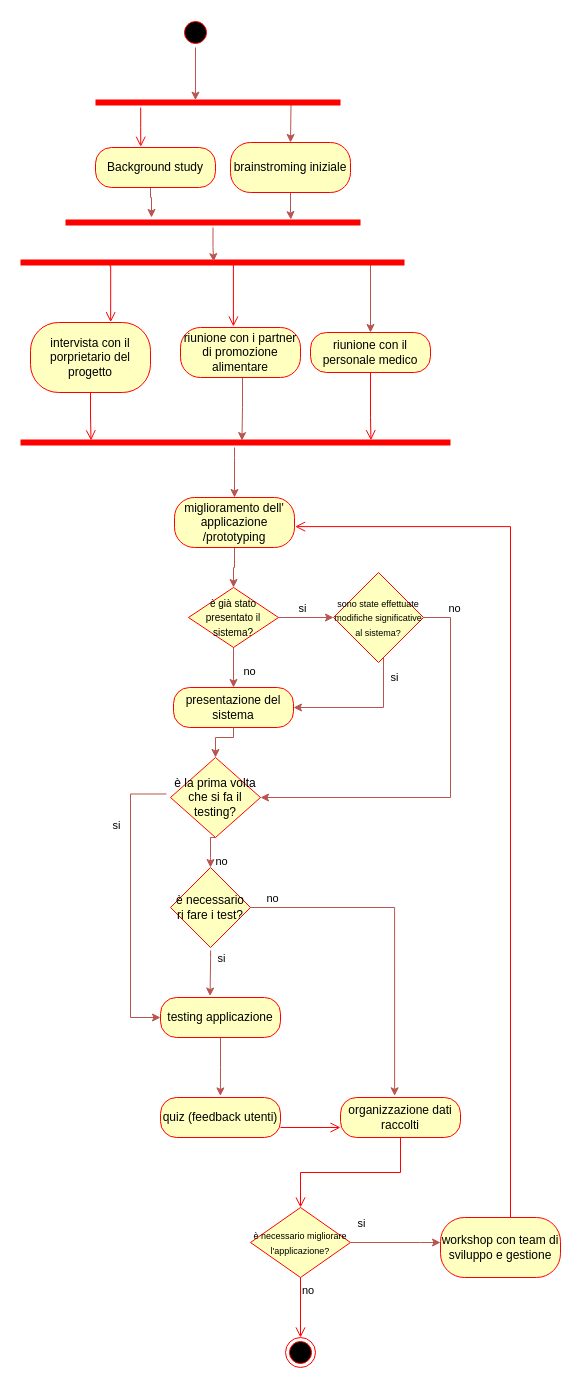
The draw.io diagram grafi/Diagramma senza titolo.drawio in Barbera9/mixed, before the edit. Source tidied: cells renumbered, new cells numbered last; positions are measured from the earlier drawing's top-left corner, leaving out a move shared by most shapes. Both pictures are drawn from the tidied source at 100%, with x=0, y=0 at pixel (20, 17).
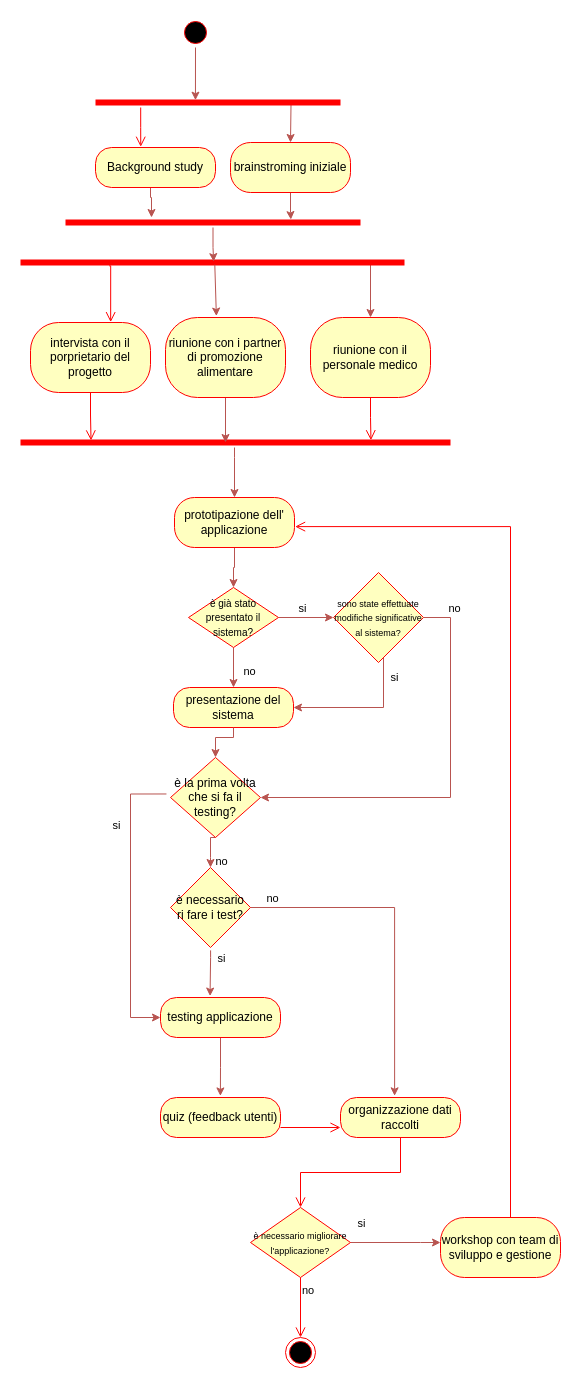
The same diagram, later.

Unchanged cells that the change refers to:
```xml
<mxCell id="7" style="shape=line;html=1;strokeWidth=6;strokeColor=#ff0000;" parent="1" vertex="1">
  <mxGeometry y="200" width="384" height="90" as="geometry" />
</mxCell>
<mxCell id="14" style="shape=line;html=1;strokeWidth=6;strokeColor=#ff0000;" parent="1" vertex="1">
  <mxGeometry y="420" width="430" height="10" as="geometry" />
</mxCell>
```

The edit, as a diff of the source:
```diff
@@
-    <mxCell id="18" value="miglioramento dell' applicazione /prototyping" style="rounded=1;whiteSpace=wrap;html=1;arcSize=40;fontColor=#000000;fillColor=#ffffc0;strokeColor=#ff0000;" parent="1" vertex="1">
+    <mxCell id="18" value="prototipazione dell' applicazione" style="rounded=1;whiteSpace=wrap;html=1;arcSize=40;fontColor=#000000;fillColor=#ffffc0;strokeColor=#ff0000;" parent="1" vertex="1">
       <mxGeometry x="154" y="480" width="120" height="50" as="geometry" />
     </mxCell>
@@
-    <mxCell id="52" style="edgeStyle=orthogonalEdgeStyle;rounded=0;jettySize=auto;html=1;entryX=0.515;entryY=0.309;entryDx=0;entryDy=0;entryPerimeter=0;fillColor=#f8cecc;strokeColor=#b85450;" parent="1" edge="1" source="53" target="14">
+    <mxCell id="52" style="edgeStyle=orthogonalEdgeStyle;rounded=0;jettySize=auto;html=1;fillColor=#f8cecc;strokeColor=#b85450;" parent="1" edge="1" source="53">
       <mxGeometry relative="1" as="geometry">
+        <mxPoint x="205" y="425" as="targetPoint" />
         <Array as="points">
-          <mxPoint x="222" y="390" />
-          <mxPoint x="221" y="390" />
+          <mxPoint x="205" y="423" />
         </Array>
       </mxGeometry>
     </mxCell>
     <mxCell id="53" value="riunione con i partner di promozione alimentare" style="rounded=1;whiteSpace=wrap;html=1;arcSize=40;fontColor=#000000;fillColor=#ffffc0;strokeColor=#ff0000;" parent="1" vertex="1">
-      <mxGeometry x="160" y="310" width="120" height="50" as="geometry" />
+      <mxGeometry x="145" y="300" width="120" height="80" as="geometry" />
     </mxCell>
     <mxCell id="54" value="riunione con il personale medico" style="rounded=1;whiteSpace=wrap;html=1;arcSize=40;fontColor=#000000;fillColor=#ffffc0;strokeColor=#ff0000;" parent="1" vertex="1">
-      <mxGeometry x="290" y="315" width="120" height="40" as="geometry" />
+      <mxGeometry x="290" y="300" width="120" height="80" as="geometry" />
     </mxCell>
@@
-    <mxCell id="56" style="edgeStyle=orthogonalEdgeStyle;html=1;verticalAlign=bottom;endArrow=open;endSize=8;strokeColor=#ff0000;rounded=0;exitX=0.546;exitY=0.514;exitDx=0;exitDy=0;exitPerimeter=0;entryX=0.441;entryY=-0.021;entryDx=0;entryDy=0;entryPerimeter=0;" parent="1" edge="1" source="7" target="53">
-      <mxGeometry relative="1" as="geometry">
-        <Array as="points">
-          <mxPoint x="213" y="246" />
-        </Array>
-      </mxGeometry>
-    </mxCell>
@@
+    <mxCell id="56" style="endArrow=classic;html=1;rounded=0;exitX=0.506;exitY=0.524;exitDx=0;exitDy=0;exitPerimeter=0;entryX=0.424;entryY=-0.018;entryDx=0;entryDy=0;entryPerimeter=0;fillColor=#f8cecc;strokeColor=#b85450;" parent="1" edge="1" source="7" target="53">
+      <mxGeometry relative="1" as="geometry" />
+    </mxCell>
```
